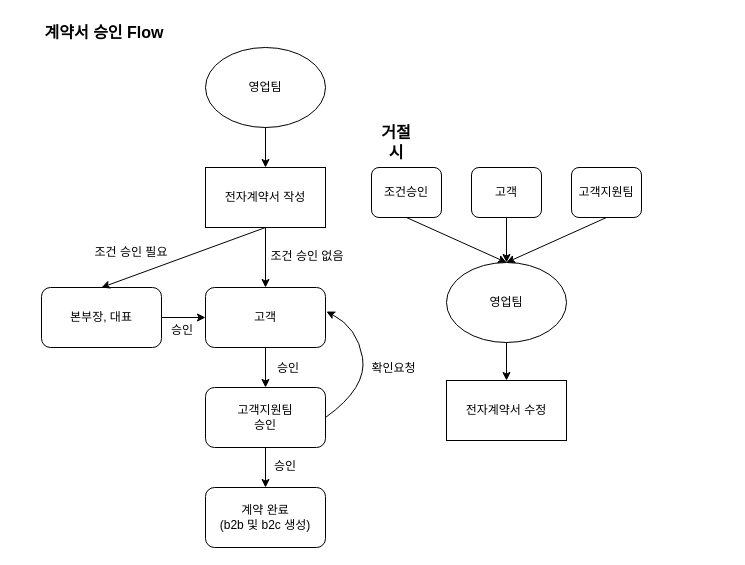
Kjunsung/starter-kit keeps this draw.io diagram as 계약 승인 절차.drawio. Above is the earlier version. Source tidied: cells renumbered, new cells numbered last; positions are measured from the earlier drawing's top-left corner, leaving out a move shared by most shapes. Both pictures are drawn from the tidied source at 100%, with x=0, y=0 at pixel (41, 17).
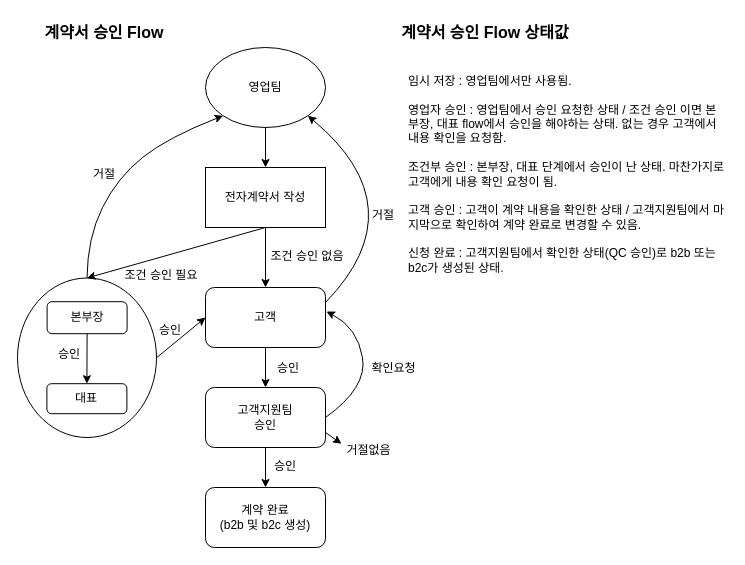
The same diagram, later.

Commit message:
Update 계약 승인 절차.drawio

The change refers to these unchanged cells:
```xml
<mxCell id="2" value="전자계약서 작성" style="rounded=0;whiteSpace=wrap;html=1;" parent="1" vertex="1">
  <mxGeometry x="164" y="150" width="120" height="60" as="geometry" />
</mxCell>
<mxCell id="3" value="영업팀" style="ellipse;whiteSpace=wrap;html=1;" parent="1" vertex="1">
  <mxGeometry x="164" y="30" width="120" height="80" as="geometry" />
</mxCell>
<mxCell id="6" value="고객" style="rounded=1;whiteSpace=wrap;html=1;" parent="1" vertex="1">
  <mxGeometry x="164" y="270" width="120" height="60" as="geometry" />
</mxCell>
<mxCell id="11" value="고객지원팀&lt;br&gt;승인" style="rounded=1;whiteSpace=wrap;html=1;" parent="1" vertex="1">
  <mxGeometry x="164" y="370" width="120" height="60" as="geometry" />
</mxCell>
```

What changed in the source:
```diff
@@
+    <mxCell id="32" style="ellipse;whiteSpace=wrap;html=1;gradientColor=#ffffff;fillColor=none;verticalAlign=bottom;" parent="1" vertex="1">
+      <mxGeometry x="-24" y="260.5" width="139" height="159.5" as="geometry" />
+    </mxCell>
@@
-    <mxCell id="5" value="본부장, 대표" style="rounded=1;whiteSpace=wrap;html=1;" parent="1" vertex="1">
-      <mxGeometry y="270" width="120" height="60" as="geometry" />
+    <mxCell id="5" value="본부장" style="rounded=1;whiteSpace=wrap;html=1;" parent="1" vertex="1">
+      <mxGeometry x="5.6" y="284.2" width="80" height="32" as="geometry" />
     </mxCell>
@@
-    <mxCell id="7" style="endArrow=classic;html=1;exitX=0.5;exitY=1;exitDx=0;exitDy=0;entryX=0.5;entryY=0;entryDx=0;entryDy=0;" parent="1" edge="1" source="2" target="5">
+    <mxCell id="7" style="endArrow=classic;html=1;exitX=0.5;exitY=1;exitDx=0;exitDy=0;entryX=0.5;entryY=0;entryDx=0;entryDy=0;" parent="1" edge="1" source="2" target="32">
       <mxGeometry relative="1" as="geometry" />
     </mxCell>
@@
     <mxCell id="9" value="조건 승인 필요" style="text;html=1;strokeColor=none;fillColor=none;align=center;verticalAlign=middle;whiteSpace=wrap;rounded=0;" parent="1" vertex="1">
-      <mxGeometry x="40" y="220" width="100" height="30" as="geometry" />
+      <mxGeometry x="79.8" y="246" width="79.8" height="24" as="geometry" />
     </mxCell>
-    <mxCell id="10" style="endArrow=classic;html=1;entryX=0;entryY=0.5;entryDx=0;entryDy=0;exitX=1;exitY=0.5;exitDx=0;exitDy=0;" parent="1" edge="1" source="5" target="6">
+    <mxCell id="10" style="endArrow=classic;html=1;entryX=0;entryY=0.5;entryDx=0;entryDy=0;exitX=1;exitY=0.5;exitDx=0;exitDy=0;" parent="1" edge="1" source="32" target="6">
       <mxGeometry relative="1" as="geometry" />
     </mxCell>
@@
     <mxCell id="18" value="승인" style="text;html=1;strokeColor=none;fillColor=none;align=center;verticalAlign=middle;whiteSpace=wrap;rounded=0;" parent="1" vertex="1">
-      <mxGeometry x="118" y="300" width="46" height="25" as="geometry" />
+      <mxGeometry x="106" y="300" width="46" height="25" as="geometry" />
     </mxCell>
-    <mxCell id="19" value="거절 시" style="text;html=1;strokeColor=none;fillColor=none;align=center;verticalAlign=middle;whiteSpace=wrap;rounded=0;fontSize=16;fontStyle=1;" parent="1" vertex="1">
-      <mxGeometry x="330" y="110" width="50" height="30" as="geometry" />
-    </mxCell>
-    <mxCell id="20" value="영업팀" style="ellipse;whiteSpace=wrap;html=1;" parent="1" vertex="1">
-      <mxGeometry x="405" y="245" width="120" height="80" as="geometry" />
-    </mxCell>
-    <mxCell id="21" value="조건승인" style="rounded=1;whiteSpace=wrap;html=1;" parent="1" vertex="1">
-      <mxGeometry x="330" y="150" width="70" height="50" as="geometry" />
-    </mxCell>
-    <mxCell id="22" value="고객" style="rounded=1;whiteSpace=wrap;html=1;" parent="1" vertex="1">
-      <mxGeometry x="430" y="150" width="70" height="50" as="geometry" />
-    </mxCell>
-    <mxCell id="23" value="고객지원팀" style="rounded=1;whiteSpace=wrap;html=1;" parent="1" vertex="1">
-      <mxGeometry x="530" y="150" width="70" height="50" as="geometry" />
-    </mxCell>
-    <mxCell id="24" style="endArrow=classic;html=1;exitX=0.5;exitY=1;exitDx=0;exitDy=0;entryX=0.5;entryY=0;entryDx=0;entryDy=0;" parent="1" edge="1" source="21" target="20">
-      <mxGeometry relative="1" as="geometry" />
-    </mxCell>
-    <mxCell id="25" style="endArrow=classic;html=1;exitX=0.5;exitY=1;exitDx=0;exitDy=0;entryX=0.5;entryY=0;entryDx=0;entryDy=0;" parent="1" edge="1" source="22" target="20">
-      <mxGeometry relative="1" as="geometry" />
-    </mxCell>
-    <mxCell id="26" style="endArrow=classic;html=1;exitX=0.5;exitY=1;exitDx=0;exitDy=0;entryX=0.5;entryY=0;entryDx=0;entryDy=0;" parent="1" edge="1" source="23" target="20">
-      <mxGeometry relative="1" as="geometry" />
-    </mxCell>
@@
-    <mxCell id="28" value="전자계약서 수정" style="rounded=0;whiteSpace=wrap;html=1;" parent="1" vertex="1">
-      <mxGeometry x="405" y="363" width="120" height="60" as="geometry" />
-    </mxCell>
-    <mxCell id="29" style="endArrow=classic;html=1;fontSize=16;exitX=0.5;exitY=1;exitDx=0;exitDy=0;entryX=0.5;entryY=0;entryDx=0;entryDy=0;" parent="1" edge="1" source="20" target="28">
-      <mxGeometry relative="1" as="geometry" />
-    </mxCell>
@@
+    <mxCell id="33" value="거절없음" style="text;html=1;strokeColor=none;fillColor=none;align=center;verticalAlign=middle;whiteSpace=wrap;rounded=0;" parent="1" vertex="1">
+      <mxGeometry x="300" y="420" width="55" height="25" as="geometry" />
+    </mxCell>
+    <mxCell id="34" style="endArrow=classic;html=1;exitX=1;exitY=0.75;exitDx=0;exitDy=0;entryX=0;entryY=0.25;entryDx=0;entryDy=0;" parent="1" edge="1" source="11" target="33">
+      <mxGeometry relative="1" as="geometry" />
+    </mxCell>
+    <mxCell id="35" style="curved=1;endArrow=classic;html=1;exitX=0.5;exitY=0;exitDx=0;exitDy=0;entryX=0;entryY=1;entryDx=0;entryDy=0;" parent="1" edge="1" source="32" target="3">
+      <mxGeometry relative="1" as="geometry">
+        <Array as="points">
+          <mxPoint x="46" y="220" />
+          <mxPoint x="76" y="160" />
+          <mxPoint x="126" y="120" />
+        </Array>
+      </mxGeometry>
+    </mxCell>
+    <mxCell id="36" value="거절" style="text;html=1;strokeColor=none;fillColor=none;align=center;verticalAlign=middle;whiteSpace=wrap;rounded=0;" parent="1" vertex="1">
+      <mxGeometry x="46.2" y="144.5" width="33.5" height="25" as="geometry" />
+    </mxCell>
+    <mxCell id="37" style="curved=1;endArrow=classic;html=1;exitX=1;exitY=0.25;exitDx=0;exitDy=0;entryX=1;entryY=1;entryDx=0;entryDy=0;" parent="1" edge="1" source="6" target="3">
+      <mxGeometry relative="1" as="geometry">
+        <Array as="points">
+          <mxPoint x="376" y="190" />
+        </Array>
+      </mxGeometry>
+    </mxCell>
+    <mxCell id="38" value="거절" style="text;html=1;strokeColor=none;fillColor=none;align=center;verticalAlign=middle;whiteSpace=wrap;rounded=0;" parent="1" vertex="1">
+      <mxGeometry x="325" y="185" width="33.5" height="25" as="geometry" />
+    </mxCell>
+    <mxCell id="39" value="계약서 승인 Flow 상태값" style="text;html=1;strokeColor=none;fillColor=none;align=center;verticalAlign=middle;whiteSpace=wrap;rounded=0;fontSize=16;fontStyle=1;" parent="1" vertex="1">
+      <mxGeometry x="336" width="216" height="30" as="geometry" />
+    </mxCell>
+    <mxCell id="40" value="&lt;p style=&quot;line-height: 100%&quot;&gt;&lt;/p&gt;&lt;div style=&quot;text-align: left&quot;&gt;&lt;br&gt;임시 저장 : 영업팀에서만 사용됨.&lt;/div&gt;&lt;div style=&quot;text-align: left&quot;&gt;&lt;br&gt;&lt;/div&gt;&lt;div style=&quot;text-align: left&quot;&gt;영업자 승인 : 영업팀에서 승인 요청한 상태 / 조건 승인 이면 본부장, 대표 flow에서 승인을 해야하는 상태. 없는 경우 고객에서 내용 확인을 요청함.&lt;/div&gt;&lt;div style=&quot;text-align: left&quot;&gt;&lt;br&gt;&lt;/div&gt;&lt;div style=&quot;text-align: left&quot;&gt;조건부 승인 : 본부장, 대표 단계에서 승인이 난 상태. 마찬가지로 고객에게 내용 확인 요청이 됨.&lt;br&gt;&lt;br&gt;&lt;/div&gt;&lt;div style=&quot;text-align: left&quot;&gt;고객 승인 : 고객이 계약 내용을 확인한 상태 / 고객지원팀에서 마지막으로 확인하여 계약 완료로 변경할 수 있음.&lt;/div&gt;&lt;div style=&quot;text-align: left&quot;&gt;&lt;br&gt;&lt;/div&gt;&lt;div style=&quot;text-align: left&quot;&gt;신청 완료 : 고객지원팀에서 확인한 상태(QC 승인)로 b2b 또는 b2c가 생성된 상태.&lt;/div&gt;&lt;div style=&quot;text-align: left&quot;&gt;&lt;br&gt;&lt;/div&gt;&lt;p&gt;&lt;/p&gt;" style="text;html=1;strokeColor=none;fillColor=none;align=center;verticalAlign=middle;whiteSpace=wrap;rounded=0;" parent="1" vertex="1">
+      <mxGeometry x="366" y="44" width="320" height="226" as="geometry" />
+    </mxCell>
+    <mxCell id="41" value="대표" style="rounded=1;whiteSpace=wrap;html=1;" parent="1" vertex="1">
+      <mxGeometry x="5.4" y="366.2" width="80" height="30" as="geometry" />
+    </mxCell>
+    <mxCell id="42" style="endArrow=classic;html=1;entryX=0.5;entryY=0;entryDx=0;entryDy=0;exitX=0.5;exitY=1;exitDx=0;exitDy=0;" parent="1" edge="1" source="5" target="41">
+      <mxGeometry relative="1" as="geometry" />
+    </mxCell>
+    <mxCell id="43" value="승인" style="text;html=1;strokeColor=none;fillColor=none;align=center;verticalAlign=middle;whiteSpace=wrap;rounded=0;" parent="1" vertex="1">
+      <mxGeometry x="5.4" y="324.2" width="46" height="25" as="geometry" />
+    </mxCell>
```
